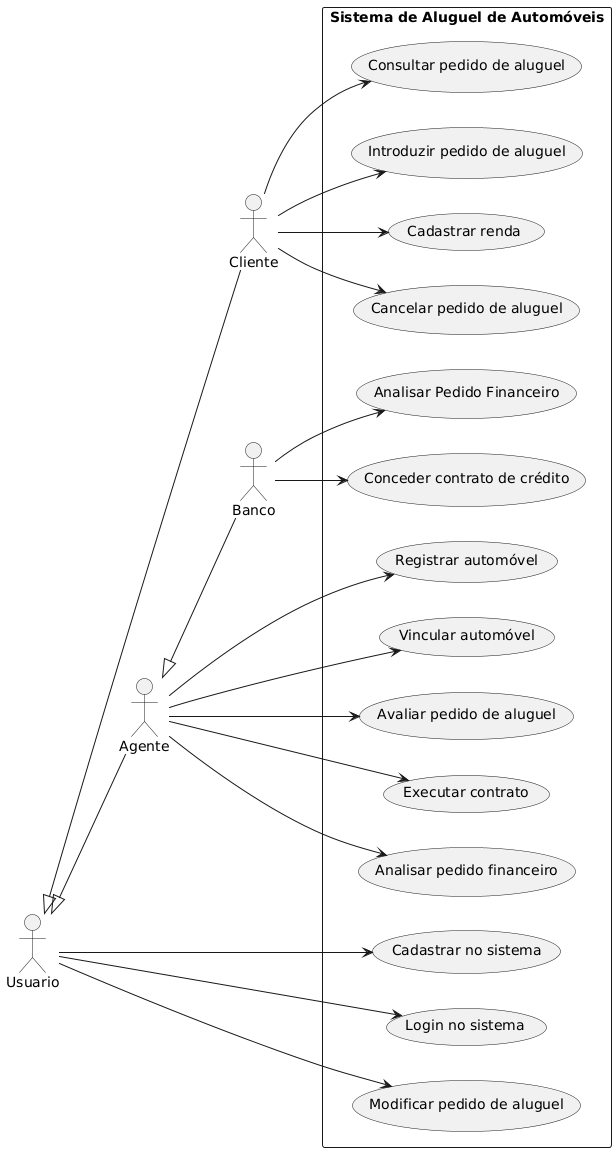
Before: project/img/usercase.png, a diagram exported from PlantUML (iannovais/LDS-aluguel-de-veiculos).
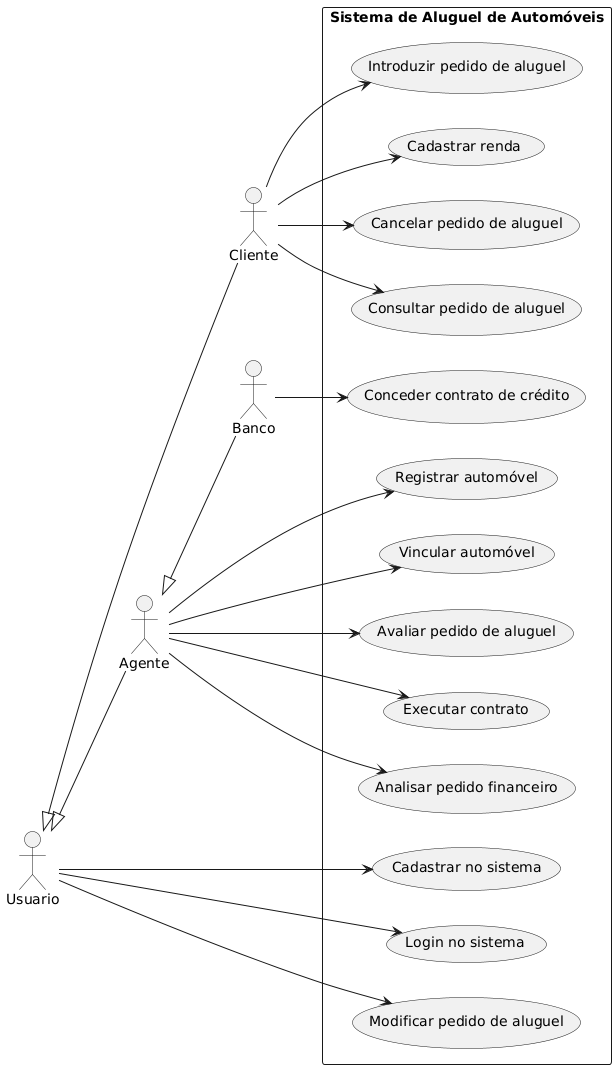
After the change.

The edit, as a diff of the source:
```diff
@@ -22,8 +22,6 @@
     agente --> (Analisar pedido financeiro)
 
     banco --> (Conceder contrato de crédito)
-    banco --> (Analisar Pedido Financeiro)
-
 
     usuario <|-- cliente
     usuario <|-- agente
```
